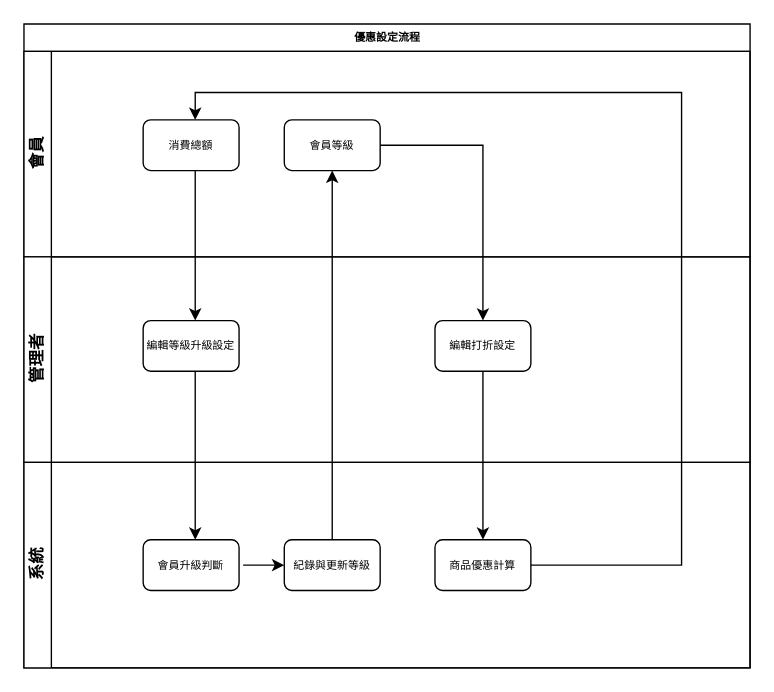
Shenyoyo/ShoppingWeb keeps this draw.io diagram as page "優惠設定流程" (3 of 4) of 系統規劃/購物網系統流程.drawio. Above is the earlier version. Source tidied: cells renumbered, new cells numbered last; positions are measured from the earlier drawing's top-left corner, leaving out a move shared by most shapes. Both pictures are drawn from the tidied source at 137%, with x=0, y=0 at pixel (23, 23).
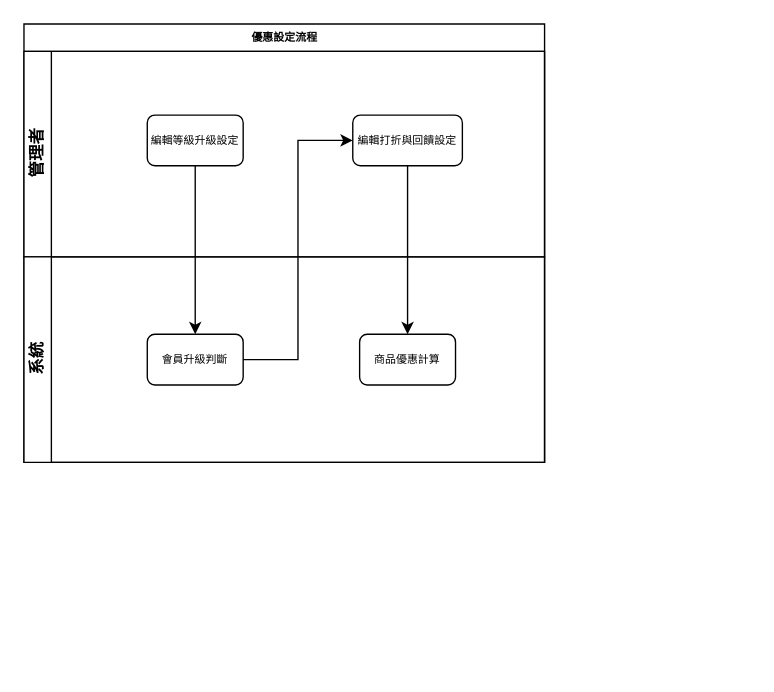
The same page after the edit.

Diff of the diagram source:
```diff
@@
     <mxCell id="2" value="優惠設定流程" style="swimlane;html=1;horizontal=1;startSize=20;rounded=0;shadow=0;labelBackgroundColor=none;strokeWidth=1;fontFamily=Verdana;fontSize=8;align=center;" parent="1" vertex="1">
-      <mxGeometry width="530" height="470" as="geometry" />
+      <mxGeometry width="380" height="320" as="geometry" />
     </mxCell>
-    <mxCell id="3" style="edgeStyle=orthogonalEdgeStyle;rounded=0;orthogonalLoop=1;jettySize=auto;html=1;entryX=0.5;entryY=0;entryDx=0;entryDy=0;" parent="2" edge="1">
-      <mxGeometry relative="1" as="geometry">
-        <mxPoint x="125" y="107" as="sourcePoint" />
-        <mxPoint x="125" y="216.5" as="targetPoint" />
-      </mxGeometry>
-    </mxCell>
-    <mxCell id="4" style="edgeStyle=orthogonalEdgeStyle;rounded=0;orthogonalLoop=1;jettySize=auto;html=1;entryX=0.5;entryY=0;entryDx=0;entryDy=0;" parent="2" edge="1">
-      <mxGeometry relative="1" as="geometry">
-        <mxPoint x="125" y="253.5" as="sourcePoint" />
-        <mxPoint x="125" y="376.5" as="targetPoint" />
-      </mxGeometry>
-    </mxCell>
-    <mxCell id="5" style="edgeStyle=orthogonalEdgeStyle;rounded=0;jettySize=auto;html=1;entryX=0.5;entryY=1;entryDx=0;entryDy=0;" parent="2" edge="1" source="17" target="10">
-      <mxGeometry relative="1" as="geometry" />
-    </mxCell>
-    <mxCell id="6" style="edgeStyle=orthogonalEdgeStyle;rounded=0;jettySize=auto;html=1;entryX=0.5;entryY=0;entryDx=0;entryDy=0;" parent="2" edge="1" source="10" target="14">
-      <mxGeometry relative="1" as="geometry" />
-    </mxCell>
-    <mxCell id="7" style="edgeStyle=orthogonalEdgeStyle;rounded=0;jettySize=auto;html=1;exitX=0.5;exitY=1;exitDx=0;exitDy=0;entryX=0.5;entryY=0;entryDx=0;entryDy=0;" parent="2" edge="1" source="14" target="16">
-      <mxGeometry relative="1" as="geometry" />
-    </mxCell>
-    <mxCell id="8" style="edgeStyle=orthogonalEdgeStyle;rounded=0;jettySize=auto;html=1;entryX=0.5;entryY=0;entryDx=0;entryDy=0;" parent="2" edge="1" source="16">
-      <mxGeometry relative="1" as="geometry">
-        <mxPoint x="125" y="70" as="targetPoint" />
-        <Array as="points">
-          <mxPoint x="480" y="395" />
-          <mxPoint x="480" y="50" />
-          <mxPoint x="125" y="50" />
-        </Array>
-      </mxGeometry>
-    </mxCell>
-    <mxCell id="9" value="會員" style="swimlane;html=1;startSize=20;horizontal=0;flipV=0;" parent="2" vertex="1">
-      <mxGeometry y="20" width="530" height="150" as="geometry" />
-    </mxCell>
-    <mxCell id="10" value="會員等級" style="rounded=1;whiteSpace=wrap;html=1;shadow=0;labelBackgroundColor=none;strokeWidth=1;fontFamily=Verdana;fontSize=8;align=center;" parent="9" vertex="1">
-      <mxGeometry x="190" y="50" width="70" height="37" as="geometry" />
-    </mxCell>
-    <mxCell id="11" value="消費總額" style="rounded=1;whiteSpace=wrap;html=1;shadow=0;labelBackgroundColor=none;strokeWidth=1;fontFamily=Verdana;fontSize=8;align=center;" parent="9" vertex="1">
-      <mxGeometry x="87" y="50" width="70" height="37" as="geometry" />
-    </mxCell>
     <mxCell id="12" value="管理者" style="swimlane;html=1;startSize=20;horizontal=0;" parent="2" vertex="1">
-      <mxGeometry y="170" width="530" height="150" as="geometry" />
+      <mxGeometry y="20" width="380" height="150" as="geometry" />
     </mxCell>
     <mxCell id="13" value="編輯等級升級設定" style="rounded=1;whiteSpace=wrap;html=1;shadow=0;labelBackgroundColor=none;strokeWidth=1;fontFamily=Verdana;fontSize=8;align=center;" parent="12" vertex="1">
-      <mxGeometry x="87" y="46.5" width="70" height="37" as="geometry" />
+      <mxGeometry x="90" y="46.5" width="70" height="37" as="geometry" />
     </mxCell>
-    <mxCell id="14" value="編輯打折設定" style="rounded=1;whiteSpace=wrap;html=1;shadow=0;labelBackgroundColor=none;strokeWidth=1;fontFamily=Verdana;fontSize=8;align=center;" parent="12" vertex="1">
-      <mxGeometry x="300" y="46.5" width="70" height="37" as="geometry" />
+    <mxCell id="14" value="編輯打折與回饋設定" style="rounded=1;whiteSpace=wrap;html=1;shadow=0;labelBackgroundColor=none;strokeWidth=1;fontFamily=Verdana;fontSize=8;align=center;" parent="12" vertex="1">
+      <mxGeometry x="240" y="46.5" width="80" height="37" as="geometry" />
     </mxCell>
+    <mxCell id="20" style="edgeStyle=orthogonalEdgeStyle;rounded=0;jettySize=auto;html=1;exitX=1;exitY=0;exitDx=0;exitDy=0;entryX=1;entryY=1;entryDx=0;entryDy=0;" parent="2" edge="1" source="15" target="12">
+      <mxGeometry relative="1" as="geometry" />
+    </mxCell>
     <mxCell id="15" value="系統" style="swimlane;html=1;startSize=20;horizontal=0;" parent="2" vertex="1">
-      <mxGeometry y="320" width="530" height="150" as="geometry" />
+      <mxGeometry y="170" width="380" height="150" as="geometry" />
     </mxCell>
+    <mxCell id="19" value="會員升級判斷" style="rounded=1;whiteSpace=wrap;html=1;shadow=0;labelBackgroundColor=none;strokeWidth=1;fontFamily=Verdana;fontSize=8;align=center;" parent="15" vertex="1">
+      <mxGeometry x="90" y="56.5" width="70" height="37" as="geometry" />
+    </mxCell>
     <mxCell id="16" value="商品優惠計算" style="rounded=1;whiteSpace=wrap;html=1;shadow=0;labelBackgroundColor=none;strokeWidth=1;fontFamily=Verdana;fontSize=8;align=center;" parent="15" vertex="1">
-      <mxGeometry x="300" y="56.5" width="70" height="37" as="geometry" />
+      <mxGeometry x="245" y="56.5" width="70" height="37" as="geometry" />
     </mxCell>
-    <mxCell id="17" value="紀錄與更新等級" style="rounded=1;whiteSpace=wrap;html=1;shadow=0;labelBackgroundColor=none;strokeWidth=1;fontFamily=Verdana;fontSize=8;align=center;" parent="15" vertex="1">
-      <mxGeometry x="190" y="56.5" width="70" height="37" as="geometry" />
-    </mxCell>
-    <mxCell id="18" style="edgeStyle=orthogonalEdgeStyle;rounded=0;jettySize=auto;html=1;entryX=0;entryY=0.5;entryDx=0;entryDy=0;" parent="15" edge="1" target="17">
-      <mxGeometry relative="1" as="geometry">
-        <mxPoint x="160" y="75" as="sourcePoint" />
-      </mxGeometry>
-    </mxCell>
-    <mxCell id="19" value="會員升級判斷" style="rounded=1;whiteSpace=wrap;html=1;shadow=0;labelBackgroundColor=none;strokeWidth=1;fontFamily=Verdana;fontSize=8;align=center;" parent="15" vertex="1">
-      <mxGeometry x="87" y="56.5" width="70" height="37" as="geometry" />
-    </mxCell>
+    <mxCell id="21" style="edgeStyle=orthogonalEdgeStyle;rounded=0;jettySize=auto;html=1;entryX=0.5;entryY=0;entryDx=0;entryDy=0;" parent="2" edge="1" source="13" target="19">
+      <mxGeometry relative="1" as="geometry" />
+    </mxCell>
+    <mxCell id="7" style="edgeStyle=orthogonalEdgeStyle;rounded=0;jettySize=auto;html=1;entryX=0.5;entryY=0;entryDx=0;entryDy=0;" parent="2" edge="1" source="14" target="16">
+      <mxGeometry relative="1" as="geometry" />
+    </mxCell>
+    <mxCell id="22" style="edgeStyle=orthogonalEdgeStyle;rounded=0;jettySize=auto;html=1;entryX=0;entryY=0.5;entryDx=0;entryDy=0;" parent="2" edge="1" source="19" target="14">
+      <mxGeometry relative="1" as="geometry" />
+    </mxCell>
```
